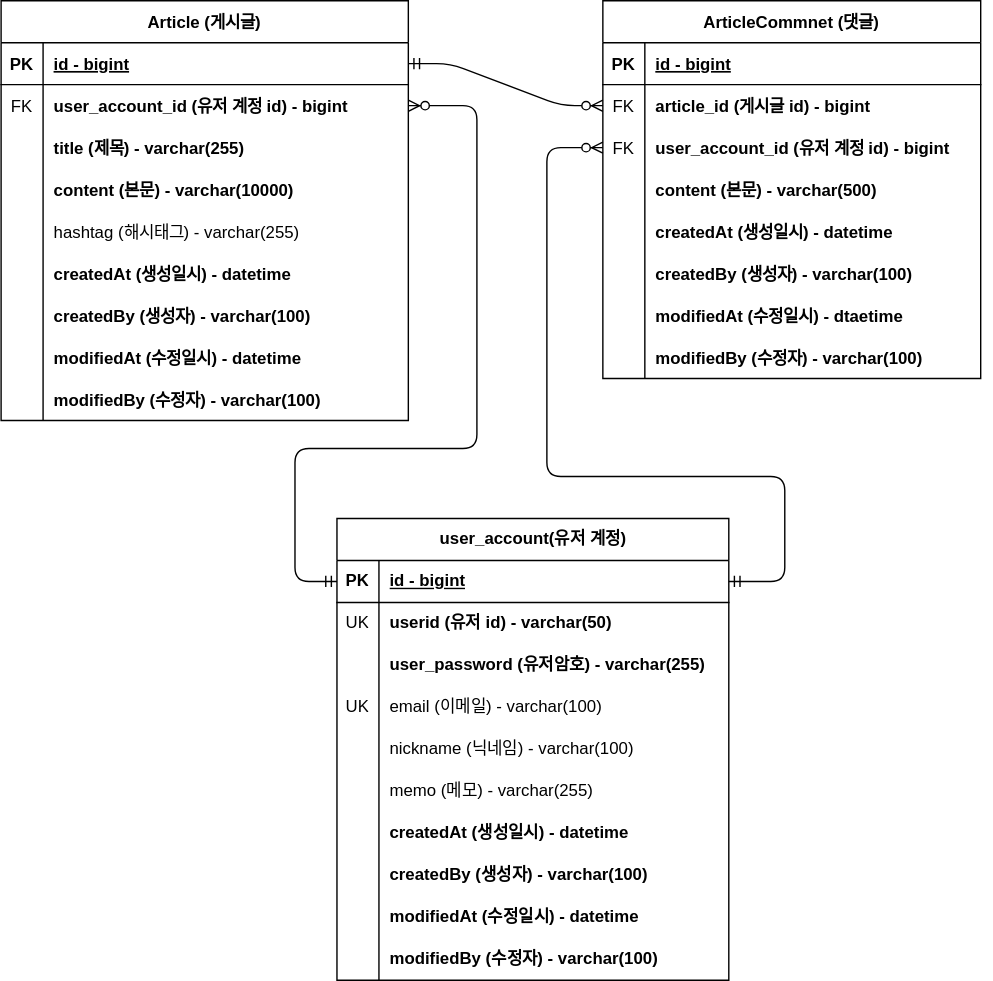
Earlier version of the draw.io export document/project-board-erd.svg (vartyor/project-board). Source tidied: cells renumbered, new cells last; positions are measured from the earlier drawing's top-left corner, leaving out a move shared by most shapes.
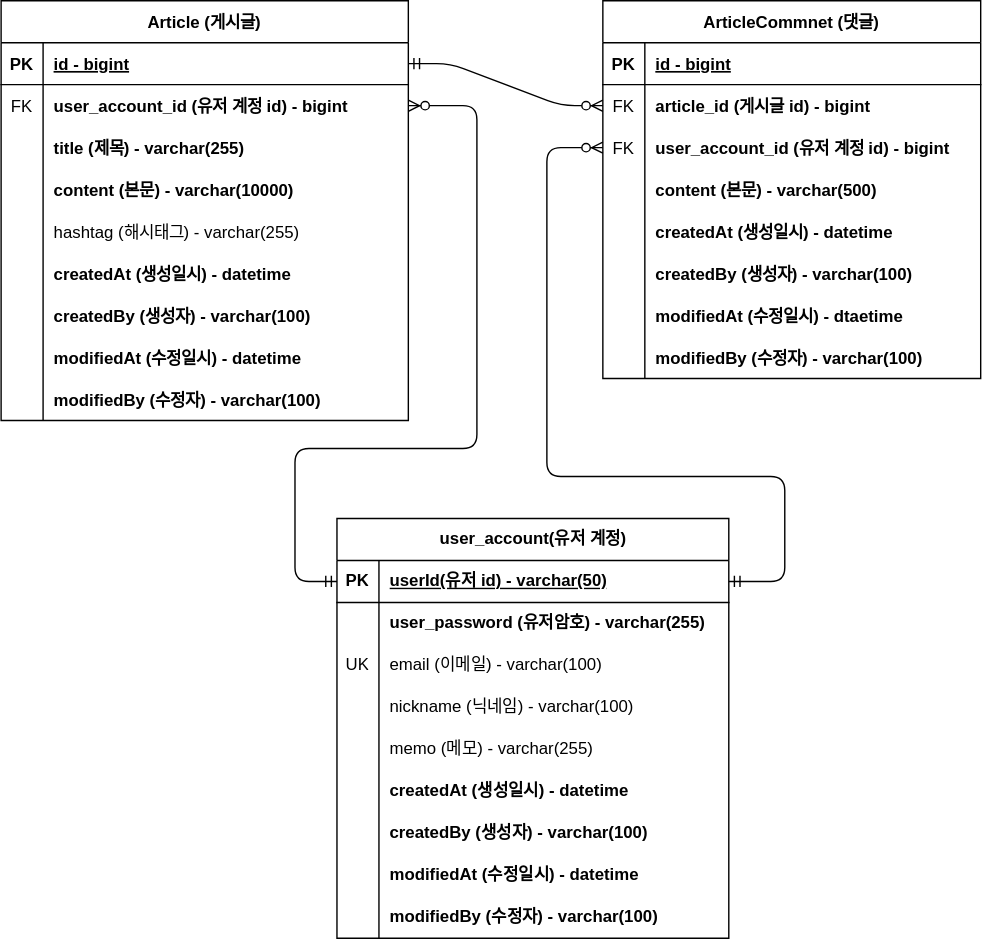
The same diagram one commit later.

Commit message:
회원 계정 기존 `id`를 삭제하고 `user_id`를 pk로 변경하는 그림 적용

What changed in the source:
```diff
@@ -171,7 +171,7 @@
       <mxGeometry relative="1" as="geometry" />
     </mxCell>
     <mxCell id="58" value="user_account(유저 계정)" style="shape=table;startSize=30;rowLines=0;fontStyle=1;align=center;html=1;" parent="1" vertex="1">
-      <mxGeometry x="240" y="370" width="280" height="330" as="geometry" />
+      <mxGeometry x="240" y="370" width="280" height="300" as="geometry" />
     </mxCell>
     <mxCell id="59" style="shape=tableRow;horizontal=0;startSize=0;swimlaneHead=0;swimlaneBody=0;fillColor=none;points=[[0,0.5],[1,0.5]];portConstraint=eastwest;top=0;left=0;right=0;bottom=1;" parent="58" vertex="1">
       <mxGeometry y="30" width="280" height="30" as="geometry" />
@@ -179,20 +179,11 @@
     <mxCell id="60" value="PK" style="shape=partialRectangle;fillColor=none;top=0;left=0;bottom=0;right=0;fontStyle=1;overflow=hidden;whiteSpace=wrap;html=1;" parent="59" vertex="1">
       <mxGeometry width="30" height="30" as="geometry" />
     </mxCell>
-    <mxCell id="61" value="id - bigint" style="shape=partialRectangle;fillColor=none;top=0;left=0;bottom=0;right=0;align=left;spacingLeft=6;fontStyle=5;overflow=hidden;whiteSpace=wrap;html=1;" parent="59" vertex="1">
+    <mxCell id="61" value="userId(유저 id) - varchar(50)" style="shape=partialRectangle;fillColor=none;top=0;left=0;bottom=0;right=0;align=left;spacingLeft=6;fontStyle=5;overflow=hidden;whiteSpace=wrap;html=1;" parent="59" vertex="1">
       <mxGeometry x="30" width="250" height="30" as="geometry" />
     </mxCell>
-    <mxCell id="62" style="shape=tableRow;horizontal=0;startSize=0;swimlaneHead=0;swimlaneBody=0;fillColor=none;top=0;left=0;right=0;bottom=0;" parent="58" vertex="1">
-      <mxGeometry y="60" width="280" height="30" as="geometry" />
-    </mxCell>
-    <mxCell id="63" value="UK" style="shape=partialRectangle;fillColor=none;top=0;left=0;bottom=0;right=0;overflow=hidden;whiteSpace=wrap;html=1;" parent="62" vertex="1">
-      <mxGeometry width="30" height="30" as="geometry" />
-    </mxCell>
-    <mxCell id="64" value="&lt;b&gt;userid (유저 id) - varchar(50)&lt;/b&gt;" style="shape=partialRectangle;fillColor=none;top=0;left=0;bottom=0;right=0;align=left;spacingLeft=6;overflow=hidden;whiteSpace=wrap;html=1;" parent="62" vertex="1">
-      <mxGeometry x="30" width="250" height="30" as="geometry" />
-    </mxCell>
     <mxCell id="65" style="shape=tableRow;horizontal=0;startSize=0;swimlaneHead=0;swimlaneBody=0;fillColor=none;top=0;left=0;right=0;bottom=0;" parent="58" vertex="1">
-      <mxGeometry y="90" width="280" height="30" as="geometry" />
+      <mxGeometry y="60" width="280" height="30" as="geometry" />
     </mxCell>
     <mxCell id="66" style="shape=partialRectangle;fillColor=none;top=0;left=0;bottom=0;right=0;overflow=hidden;whiteSpace=wrap;html=1;" parent="65" vertex="1">
       <mxGeometry width="30" height="30" as="geometry" />
@@ -201,7 +192,7 @@
       <mxGeometry x="30" width="250" height="30" as="geometry" />
     </mxCell>
     <mxCell id="68" style="shape=tableRow;horizontal=0;startSize=0;swimlaneHead=0;swimlaneBody=0;fillColor=none;top=0;left=0;right=0;bottom=0;" parent="58" vertex="1">
-      <mxGeometry y="120" width="280" height="30" as="geometry" />
+      <mxGeometry y="90" width="280" height="30" as="geometry" />
     </mxCell>
     <mxCell id="69" value="UK" style="shape=partialRectangle;fillColor=none;top=0;left=0;bottom=0;right=0;overflow=hidden;whiteSpace=wrap;html=1;" parent="68" vertex="1">
       <mxGeometry width="30" height="30" as="geometry" />
@@ -210,7 +201,7 @@
       <mxGeometry x="30" width="250" height="30" as="geometry" />
     </mxCell>
     <mxCell id="71" style="shape=tableRow;horizontal=0;startSize=0;swimlaneHead=0;swimlaneBody=0;fillColor=none;top=0;left=0;right=0;bottom=0;" parent="58" vertex="1">
-      <mxGeometry y="150" width="280" height="30" as="geometry" />
+      <mxGeometry y="120" width="280" height="30" as="geometry" />
     </mxCell>
     <mxCell id="72" style="shape=partialRectangle;fillColor=none;top=0;left=0;bottom=0;right=0;overflow=hidden;whiteSpace=wrap;html=1;" parent="71" vertex="1">
       <mxGeometry width="30" height="30" as="geometry" />
@@ -219,7 +210,7 @@
       <mxGeometry x="30" width="250" height="30" as="geometry" />
     </mxCell>
     <mxCell id="74" style="shape=tableRow;horizontal=0;startSize=0;swimlaneHead=0;swimlaneBody=0;fillColor=none;top=0;left=0;right=0;bottom=0;" parent="58" vertex="1">
-      <mxGeometry y="180" width="280" height="30" as="geometry" />
+      <mxGeometry y="150" width="280" height="30" as="geometry" />
     </mxCell>
     <mxCell id="75" style="shape=partialRectangle;fillColor=none;top=0;left=0;bottom=0;right=0;overflow=hidden;whiteSpace=wrap;html=1;" parent="74" vertex="1">
       <mxGeometry width="30" height="30" as="geometry" />
@@ -228,7 +219,7 @@
       <mxGeometry x="30" width="250" height="30" as="geometry" />
     </mxCell>
     <mxCell id="77" style="shape=tableRow;horizontal=0;startSize=0;swimlaneHead=0;swimlaneBody=0;fillColor=none;top=0;left=0;right=0;bottom=0;" parent="58" vertex="1">
-      <mxGeometry y="210" width="280" height="30" as="geometry" />
+      <mxGeometry y="180" width="280" height="30" as="geometry" />
     </mxCell>
     <mxCell id="78" style="shape=partialRectangle;fillColor=none;top=0;left=0;bottom=0;right=0;overflow=hidden;whiteSpace=wrap;html=1;" parent="77" vertex="1">
       <mxGeometry width="30" height="30" as="geometry" />
@@ -237,7 +228,7 @@
       <mxGeometry x="30" width="250" height="30" as="geometry" />
     </mxCell>
     <mxCell id="80" style="shape=tableRow;horizontal=0;startSize=0;swimlaneHead=0;swimlaneBody=0;fillColor=none;top=0;left=0;right=0;bottom=0;" parent="58" vertex="1">
-      <mxGeometry y="240" width="280" height="30" as="geometry" />
+      <mxGeometry y="210" width="280" height="30" as="geometry" />
     </mxCell>
     <mxCell id="81" style="shape=partialRectangle;fillColor=none;top=0;left=0;bottom=0;right=0;overflow=hidden;whiteSpace=wrap;html=1;" parent="80" vertex="1">
       <mxGeometry width="30" height="30" as="geometry" />
@@ -246,7 +237,7 @@
       <mxGeometry x="30" width="250" height="30" as="geometry" />
     </mxCell>
     <mxCell id="83" style="shape=tableRow;horizontal=0;startSize=0;swimlaneHead=0;swimlaneBody=0;fillColor=none;top=0;left=0;right=0;bottom=0;" parent="58" vertex="1">
-      <mxGeometry y="270" width="280" height="30" as="geometry" />
+      <mxGeometry y="240" width="280" height="30" as="geometry" />
     </mxCell>
     <mxCell id="84" style="shape=partialRectangle;fillColor=none;top=0;left=0;bottom=0;right=0;overflow=hidden;whiteSpace=wrap;html=1;" parent="83" vertex="1">
       <mxGeometry width="30" height="30" as="geometry" />
@@ -255,7 +246,7 @@
       <mxGeometry x="30" width="250" height="30" as="geometry" />
     </mxCell>
     <mxCell id="86" style="shape=tableRow;horizontal=0;startSize=0;swimlaneHead=0;swimlaneBody=0;fillColor=none;top=0;left=0;right=0;bottom=0;" parent="58" vertex="1">
-      <mxGeometry y="300" width="280" height="30" as="geometry" />
+      <mxGeometry y="270" width="280" height="30" as="geometry" />
     </mxCell>
     <mxCell id="87" style="shape=partialRectangle;fillColor=none;top=0;left=0;bottom=0;right=0;overflow=hidden;whiteSpace=wrap;html=1;" parent="86" vertex="1">
       <mxGeometry width="30" height="30" as="geometry" />
```
